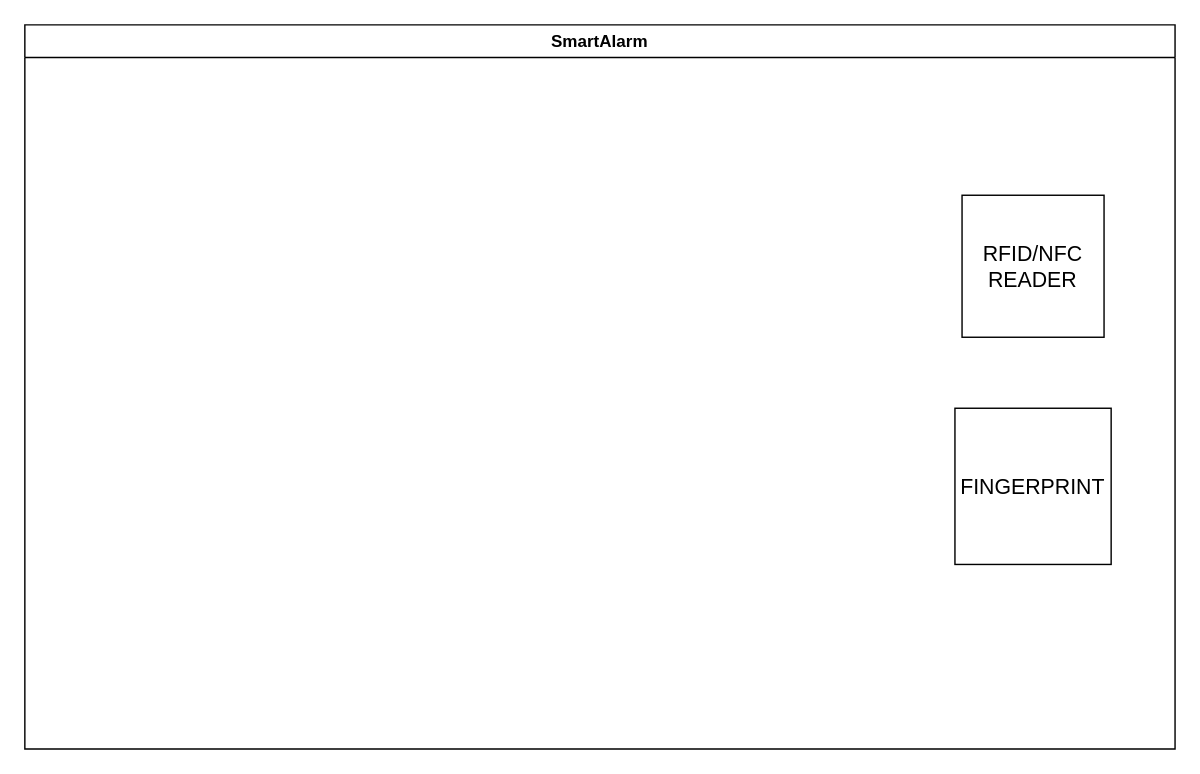
Before: SmartAlarm.drawio in gian02-dev/SmartAlarm, a draw.io diagram. Source tidied: cells renumbered, new cells numbered last; positions are measured from the earlier drawing's top-left corner, leaving out a move shared by most shapes. Both pictures are drawn from the tidied source at 142%, with x=0, y=0 at pixel (24, 24).
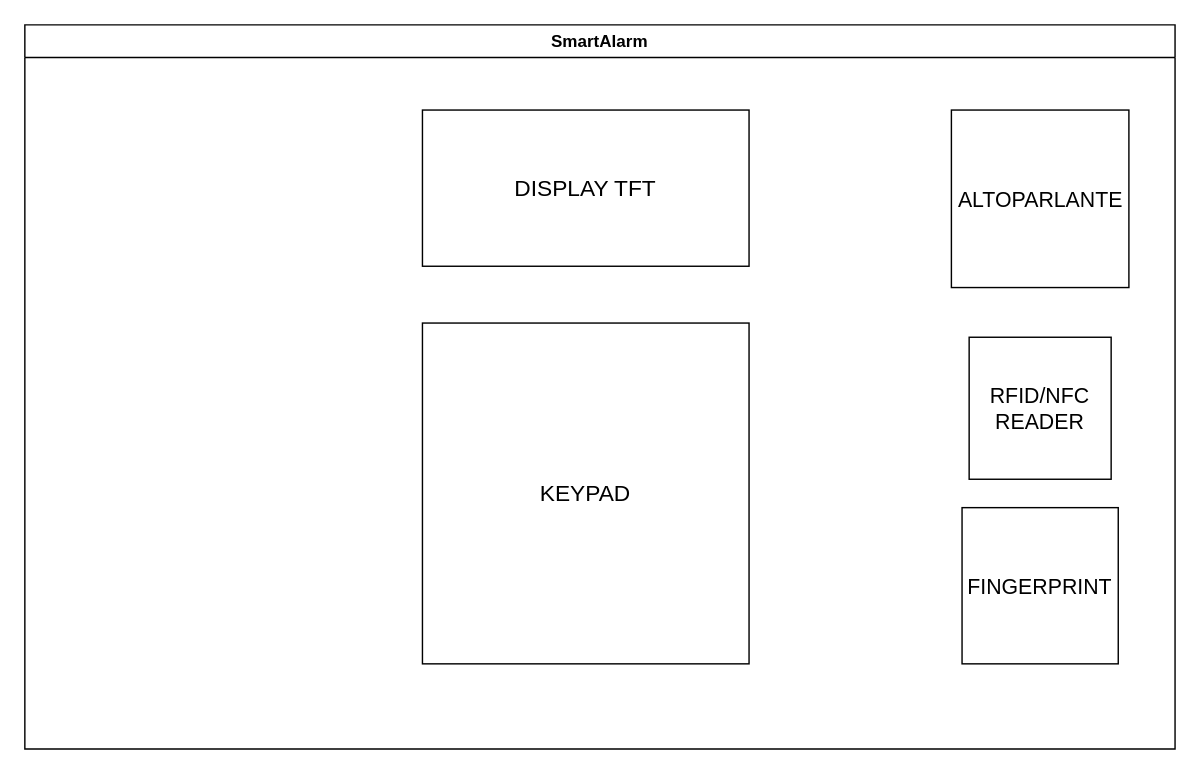
The same page after the edit.

Change to the diagram source:
```diff
@@
 <mxGraphModel>
   <root>
     <mxCell id="0" />
     <mxCell id="1" parent="0" />
     <mxCell id="2" value="SmartAlarm" style="swimlane;whiteSpace=wrap;html=1;" parent="1" vertex="1">
       <mxGeometry width="810" height="510" as="geometry" />
     </mxCell>
     <mxCell id="3" value="&lt;font style=&quot;font-size: 15px;&quot;&gt;RFID/NFC&lt;br&gt;READER&lt;/font&gt;" style="whiteSpace=wrap;html=1;" parent="2" vertex="1">
-      <mxGeometry x="660" y="120" width="100" height="100" as="geometry" />
+      <mxGeometry x="665" y="220" width="100" height="100" as="geometry" />
     </mxCell>
     <mxCell id="4" value="&lt;font style=&quot;font-size: 15px;&quot;&gt;FINGERPRINT&lt;/font&gt;" style="whiteSpace=wrap;html=1;" parent="2" vertex="1">
-      <mxGeometry x="655" y="270" width="110" height="110" as="geometry" />
+      <mxGeometry x="660" y="340" width="110" height="110" as="geometry" />
     </mxCell>
+    <mxCell id="5" value="&lt;font style=&quot;font-size: 15px;&quot;&gt;ALTOPARLANTE&lt;/font&gt;" style="whiteSpace=wrap;html=1;" parent="2" vertex="1">
+      <mxGeometry x="652.5" y="60" width="125" height="125" as="geometry" />
+    </mxCell>
+    <mxCell id="6" value="&lt;font style=&quot;font-size: 16px;&quot;&gt;DISPLAY TFT&lt;/font&gt;" style="rounded=0;whiteSpace=wrap;html=1;" parent="2" vertex="1">
+      <mxGeometry x="280" y="60" width="230" height="110" as="geometry" />
+    </mxCell>
+    <mxCell id="7" value="&lt;font style=&quot;font-size: 16px;&quot;&gt;KEYPAD&lt;/font&gt;" style="rounded=0;whiteSpace=wrap;html=1;" parent="2" vertex="1">
+      <mxGeometry x="280" y="210" width="230" height="240" as="geometry" />
+    </mxCell>
   </root>
 </mxGraphModel>
```
